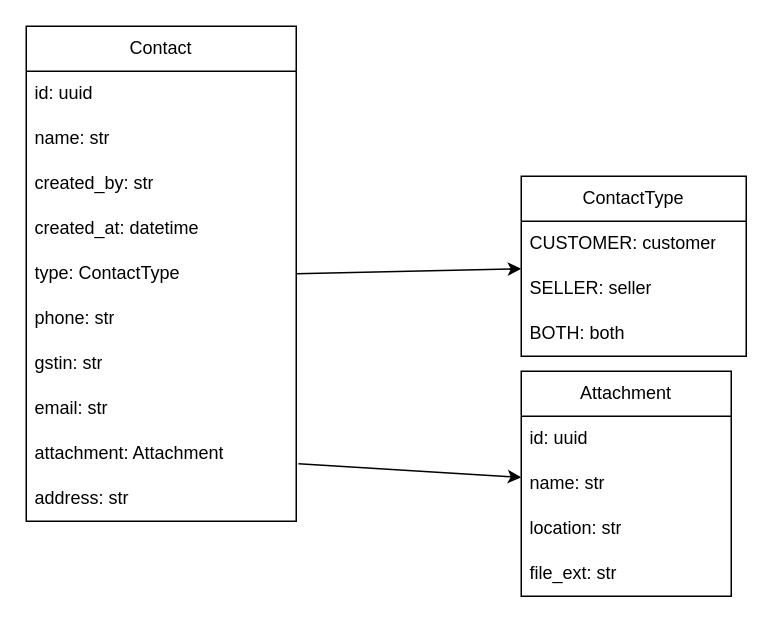
Earlier version of the draw.io diagram page "Contact" (3 of 4) of docs/IMS_MPT.drawio (Cherisher08/IMS_mpt_backend). Source tidied: cells renumbered, new cells numbered last; positions are measured from the earlier drawing's top-left corner, leaving out a move shared by most shapes. Both pictures are drawn from the tidied source at 150%, with x=0, y=0 at pixel (26, 26).
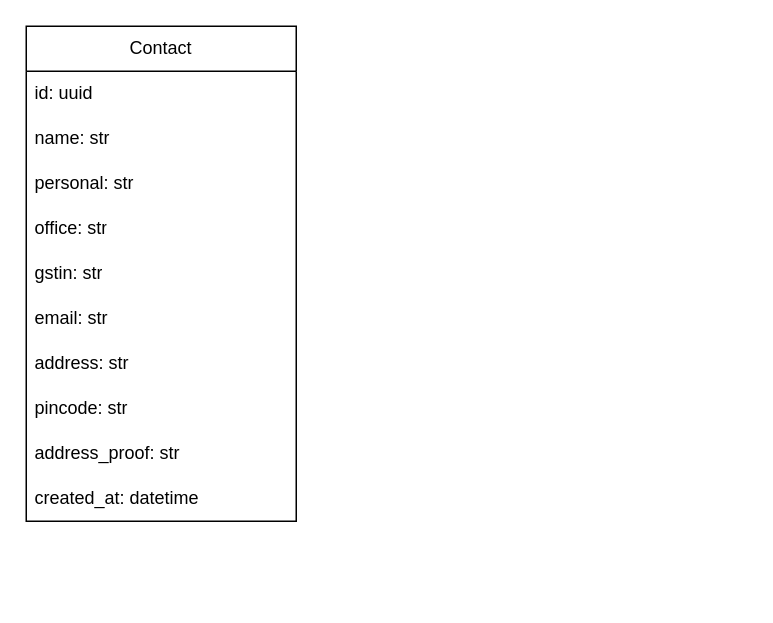
After the change.

Unchanged cells that the change refers to:
```xml
<mxCell id="2" value="Contact" style="swimlane;fontStyle=0;horizontal=1;startSize=30;whiteSpace=wrap;html=1;" parent="1" vertex="1">
  <mxGeometry width="180" height="330" as="geometry" />
</mxCell>
```

Diff of the diagram source:
```diff
@@
-    <mxCell id="5" value="created_by: str" style="text;strokeColor=none;fillColor=none;align=left;verticalAlign=middle;spacingLeft=4;spacingRight=4;overflow=hidden;whiteSpace=wrap;html=1;" parent="2" vertex="1">
-      <mxGeometry y="90" width="180" height="30" as="geometry" />
-    </mxCell>
-    <mxCell id="6" value="created_at: datetime" style="text;strokeColor=none;fillColor=none;align=left;verticalAlign=middle;spacingLeft=4;spacingRight=4;overflow=hidden;whiteSpace=wrap;html=1;" parent="2" vertex="1">
-      <mxGeometry y="120" width="180" height="30" as="geometry" />
-    </mxCell>
-    <mxCell id="7" value="type: ContactType" style="text;strokeColor=none;fillColor=none;align=left;verticalAlign=middle;spacingLeft=4;spacingRight=4;overflow=hidden;points=[[0,0.5],[1,0.5]];portConstraint=eastwest;whiteSpace=wrap;html=1;" parent="2" vertex="1">
-      <mxGeometry y="150" width="180" height="30" as="geometry" />
-    </mxCell>
+    <mxCell id="24" value="personal: str" style="text;strokeColor=none;fillColor=none;align=left;verticalAlign=middle;spacingLeft=4;spacingRight=4;overflow=hidden;whiteSpace=wrap;html=1;" parent="2" vertex="1">
+      <mxGeometry y="90" width="180" height="30" as="geometry" />
+    </mxCell>
-    <mxCell id="8" value="phone: str" style="text;strokeColor=none;fillColor=none;align=left;verticalAlign=middle;spacingLeft=4;spacingRight=4;overflow=hidden;whiteSpace=wrap;html=1;" parent="2" vertex="1">
-      <mxGeometry y="180" width="180" height="30" as="geometry" />
+    <mxCell id="8" value="office: str" style="text;strokeColor=none;fillColor=none;align=left;verticalAlign=middle;spacingLeft=4;spacingRight=4;overflow=hidden;whiteSpace=wrap;html=1;" parent="2" vertex="1">
+      <mxGeometry y="120" width="180" height="30" as="geometry" />
     </mxCell>
     <mxCell id="9" value="gstin: str" style="text;strokeColor=none;fillColor=none;align=left;verticalAlign=middle;spacingLeft=4;spacingRight=4;overflow=hidden;whiteSpace=wrap;html=1;" parent="2" vertex="1">
-      <mxGeometry y="210" width="180" height="30" as="geometry" />
+      <mxGeometry y="150" width="180" height="30" as="geometry" />
     </mxCell>
     <mxCell id="10" value="email: str" style="text;strokeColor=none;fillColor=none;align=left;verticalAlign=middle;spacingLeft=4;spacingRight=4;overflow=hidden;whiteSpace=wrap;html=1;" parent="2" vertex="1">
-      <mxGeometry y="240" width="180" height="30" as="geometry" />
+      <mxGeometry y="180" width="180" height="30" as="geometry" />
     </mxCell>
+    <mxCell id="12" value="address: str" style="text;strokeColor=none;fillColor=none;align=left;verticalAlign=middle;spacingLeft=4;spacingRight=4;overflow=hidden;whiteSpace=wrap;html=1;" parent="2" vertex="1">
+      <mxGeometry y="210" width="180" height="30" as="geometry" />
+    </mxCell>
+    <mxCell id="25" value="pincode: str" style="text;strokeColor=none;fillColor=none;align=left;verticalAlign=middle;spacingLeft=4;spacingRight=4;overflow=hidden;whiteSpace=wrap;html=1;" parent="2" vertex="1">
+      <mxGeometry y="240" width="180" height="30" as="geometry" />
+    </mxCell>
-    <mxCell id="11" value="attachment: Attachment" style="text;strokeColor=none;fillColor=none;align=left;verticalAlign=middle;spacingLeft=4;spacingRight=4;overflow=hidden;points=[[0,0.5],[1,0.5]];portConstraint=eastwest;whiteSpace=wrap;html=1;" parent="2" vertex="1">
+    <mxCell id="11" value="address_proof: str" style="text;strokeColor=none;fillColor=none;align=left;verticalAlign=middle;spacingLeft=4;spacingRight=4;overflow=hidden;points=[[0,0.5],[1,0.5]];portConstraint=eastwest;whiteSpace=wrap;html=1;" parent="2" vertex="1">
       <mxGeometry y="270" width="180" height="30" as="geometry" />
     </mxCell>
-    <mxCell id="12" value="address: str" style="text;strokeColor=none;fillColor=none;align=left;verticalAlign=middle;spacingLeft=4;spacingRight=4;overflow=hidden;whiteSpace=wrap;html=1;" parent="2" vertex="1">
-      <mxGeometry y="300" width="180" height="30" as="geometry" />
-    </mxCell>
-    <mxCell id="13" value="ContactType" style="swimlane;fontStyle=0;horizontal=1;startSize=30;whiteSpace=wrap;html=1;" parent="1" vertex="1">
-      <mxGeometry x="330" y="100" width="150" height="120" as="geometry" />
-    </mxCell>
-    <mxCell id="14" value="CUSTOMER: customer" style="text;strokeColor=none;fillColor=none;align=left;verticalAlign=middle;spacingLeft=4;spacingRight=4;overflow=hidden;whiteSpace=wrap;html=1;" parent="13" vertex="1">
-      <mxGeometry y="30" width="150" height="30" as="geometry" />
-    </mxCell>
-    <mxCell id="15" value="SELLER: seller" style="text;strokeColor=none;fillColor=none;align=left;verticalAlign=middle;spacingLeft=4;spacingRight=4;overflow=hidden;whiteSpace=wrap;html=1;" parent="13" vertex="1">
-      <mxGeometry y="60" width="150" height="30" as="geometry" />
-    </mxCell>
-    <mxCell id="16" value="BOTH: both" style="text;strokeColor=none;fillColor=none;align=left;verticalAlign=middle;spacingLeft=4;spacingRight=4;overflow=hidden;whiteSpace=wrap;html=1;" parent="13" vertex="1">
-      <mxGeometry y="90" width="150" height="30" as="geometry" />
-    </mxCell>
-    <mxCell id="17" style="edgeStyle=none;rounded=0;jettySize=auto;html=1;exitX=1;exitY=0.5;exitDx=0;exitDy=0;" parent="1" edge="1" source="7" target="13">
-      <mxGeometry relative="1" as="geometry" />
-    </mxCell>
-    <mxCell id="18" value="Attachment" style="swimlane;fontStyle=0;horizontal=1;startSize=30;whiteSpace=wrap;html=1;" parent="1" vertex="1">
-      <mxGeometry x="330" y="230" width="140" height="150" as="geometry" />
-    </mxCell>
-    <mxCell id="19" value="id: uuid" style="text;strokeColor=none;fillColor=none;align=left;verticalAlign=middle;spacingLeft=4;spacingRight=4;overflow=hidden;whiteSpace=wrap;html=1;" parent="18" vertex="1">
-      <mxGeometry y="30" width="140" height="30" as="geometry" />
-    </mxCell>
-    <mxCell id="20" value="name: str" style="text;strokeColor=none;fillColor=none;align=left;verticalAlign=middle;spacingLeft=4;spacingRight=4;overflow=hidden;whiteSpace=wrap;html=1;" parent="18" vertex="1">
-      <mxGeometry y="60" width="140" height="30" as="geometry" />
-    </mxCell>
-    <mxCell id="21" value="location: str" style="text;strokeColor=none;fillColor=none;align=left;verticalAlign=middle;spacingLeft=4;spacingRight=4;overflow=hidden;whiteSpace=wrap;html=1;" parent="18" vertex="1">
-      <mxGeometry y="90" width="140" height="30" as="geometry" />
-    </mxCell>
-    <mxCell id="22" value="file_ext: str" style="text;strokeColor=none;fillColor=none;align=left;verticalAlign=middle;spacingLeft=4;spacingRight=4;overflow=hidden;whiteSpace=wrap;html=1;" parent="18" vertex="1">
-      <mxGeometry y="120" width="140" height="30" as="geometry" />
-    </mxCell>
-    <mxCell id="23" style="edgeStyle=none;rounded=0;jettySize=auto;html=1;exitX=1.008;exitY=0.722;exitDx=0;exitDy=0;exitPerimeter=0;" parent="1" edge="1" source="11" target="18">
-      <mxGeometry relative="1" as="geometry" />
-    </mxCell>
+    <mxCell id="6" value="created_at: datetime" style="text;strokeColor=none;fillColor=none;align=left;verticalAlign=middle;spacingLeft=4;spacingRight=4;overflow=hidden;whiteSpace=wrap;html=1;" parent="2" vertex="1">
+      <mxGeometry y="300" width="180" height="30" as="geometry" />
+    </mxCell>
```
